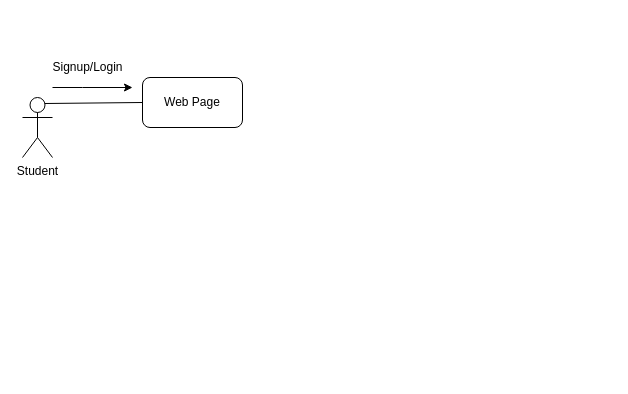
Above: Untitled Diagram.drawio in DEVPARMAR06/lucifer (draw.io), before the change. Source tidied: cells renumbered, new cells numbered last; positions are measured from the earlier drawing's top-left corner, leaving out a move shared by most shapes. Both pictures are drawn from the tidied source at 100%, with x=0, y=0 at pixel (22, 57).
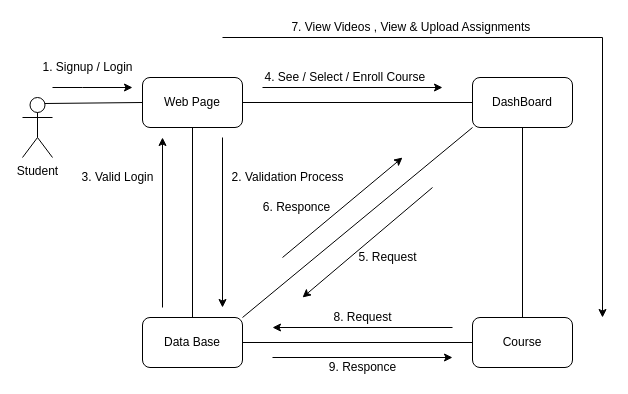
The same page after the edit.

The change refers to these unchanged cells:
```xml
<mxCell id="3" value="Web Page" style="rounded=1;whiteSpace=wrap;html=1;" parent="1" vertex="1">
  <mxGeometry x="120" y="20" width="100" height="50" as="geometry" />
</mxCell>
```

What changed in the source:
```diff
@@
-    <mxCell id="6" value="Signup/Login" style="text;html=1;align=center;verticalAlign=middle;strokeColor=none;fillColor=none;" parent="1" vertex="1">
-      <mxGeometry x="20" width="90" height="20" as="geometry" />
+    <mxCell id="6" value="1. Signup / Login" style="text;html=1;align=center;verticalAlign=middle;strokeColor=none;fillColor=none;" parent="1" vertex="1">
+      <mxGeometry x="10" width="110" height="20" as="geometry" />
     </mxCell>
+    <mxCell id="7" value="Data Base" style="rounded=1;whiteSpace=wrap;html=1;" parent="1" vertex="1">
+      <mxGeometry x="120" y="260" width="100" height="50" as="geometry" />
+    </mxCell>
+    <mxCell id="8" value="DashBoard" style="rounded=1;whiteSpace=wrap;html=1;" parent="1" vertex="1">
+      <mxGeometry x="450" y="20" width="100" height="50" as="geometry" />
+    </mxCell>
+    <mxCell id="9" style="endArrow=none;html=1;rounded=0;entryX=0.5;entryY=1;entryDx=0;entryDy=0;exitX=0.5;exitY=0;exitDx=0;exitDy=0;" parent="1" edge="1" source="7" target="3">
+      <mxGeometry relative="1" as="geometry" />
+    </mxCell>
+    <mxCell id="10" style="endArrow=none;html=1;rounded=0;exitX=1;exitY=0.5;exitDx=0;exitDy=0;entryX=0;entryY=0.5;entryDx=0;entryDy=0;" parent="1" edge="1" source="3" target="8">
+      <mxGeometry relative="1" as="geometry" />
+    </mxCell>
+    <mxCell id="11" style="endArrow=classic;html=1;rounded=0;" parent="1" edge="1">
+      <mxGeometry relative="1" as="geometry">
+        <mxPoint x="200" y="80" as="sourcePoint" />
+        <mxPoint x="200" y="250" as="targetPoint" />
+      </mxGeometry>
+    </mxCell>
+    <mxCell id="12" value="2. Validation Process" style="text;html=1;align=center;verticalAlign=middle;strokeColor=none;fillColor=none;" parent="1" vertex="1">
+      <mxGeometry x="200" y="110" width="130" height="20" as="geometry" />
+    </mxCell>
+    <mxCell id="13" style="endArrow=classic;html=1;rounded=0;" parent="1" edge="1">
+      <mxGeometry relative="1" as="geometry">
+        <mxPoint x="140" y="250" as="sourcePoint" />
+        <mxPoint x="140" y="80" as="targetPoint" />
+      </mxGeometry>
+    </mxCell>
+    <mxCell id="14" value="3. Valid Login" style="text;html=1;align=center;verticalAlign=middle;strokeColor=none;fillColor=none;" parent="1" vertex="1">
+      <mxGeometry x="50" y="110" width="90" height="20" as="geometry" />
+    </mxCell>
+    <mxCell id="15" value="4. See / Select / Enroll Course&amp;nbsp;" style="text;html=1;align=center;verticalAlign=middle;strokeColor=none;fillColor=none;" parent="1" vertex="1">
+      <mxGeometry x="234" y="10" width="180" height="20" as="geometry" />
+    </mxCell>
+    <mxCell id="16" style="endArrow=classic;html=1;rounded=0;" parent="1" edge="1">
+      <mxGeometry relative="1" as="geometry">
+        <mxPoint x="240" y="30" as="sourcePoint" />
+        <mxPoint x="420" y="30" as="targetPoint" />
+      </mxGeometry>
+    </mxCell>
+    <mxCell id="17" value="Course" style="rounded=1;whiteSpace=wrap;html=1;" parent="1" vertex="1">
+      <mxGeometry x="450" y="260" width="100" height="50" as="geometry" />
+    </mxCell>
+    <mxCell id="18" style="endArrow=none;html=1;rounded=0;exitX=1;exitY=0;exitDx=0;exitDy=0;entryX=0;entryY=1;entryDx=0;entryDy=0;" parent="1" edge="1" source="7" target="8">
+      <mxGeometry relative="1" as="geometry" />
+    </mxCell>
+    <mxCell id="19" style="endArrow=classic;html=1;rounded=0;" parent="1" edge="1">
+      <mxGeometry relative="1" as="geometry">
+        <mxPoint x="410" y="130" as="sourcePoint" />
+        <mxPoint x="280" y="240" as="targetPoint" />
+      </mxGeometry>
+    </mxCell>
+    <mxCell id="20" value="5. Request" style="text;html=1;align=center;verticalAlign=middle;strokeColor=none;fillColor=none;" parent="1" vertex="1">
+      <mxGeometry x="330" y="190" width="70" height="20" as="geometry" />
+    </mxCell>
+    <mxCell id="21" style="endArrow=classic;html=1;rounded=0;" parent="1" edge="1">
+      <mxGeometry relative="1" as="geometry">
+        <mxPoint x="260" y="200" as="sourcePoint" />
+        <mxPoint x="380" y="100" as="targetPoint" />
+      </mxGeometry>
+    </mxCell>
+    <mxCell id="22" value="6. Responce" style="text;html=1;align=center;verticalAlign=middle;strokeColor=none;fillColor=none;" parent="1" vertex="1">
+      <mxGeometry x="234" y="140" width="80" height="20" as="geometry" />
+    </mxCell>
+    <mxCell id="23" style="endArrow=classic;html=1;rounded=0;" parent="1" edge="1">
+      <mxGeometry relative="1" as="geometry">
+        <mxPoint x="200" y="-20" as="sourcePoint" />
+        <mxPoint x="580" y="260" as="targetPoint" />
+        <Array as="points">
+          <mxPoint x="580" y="-20" />
+        </Array>
+      </mxGeometry>
+    </mxCell>
+    <mxCell id="24" value="7. View Videos , View &amp;amp; Upload Assignments&amp;nbsp;" style="text;html=1;align=center;verticalAlign=middle;strokeColor=none;fillColor=none;" parent="1" vertex="1">
+      <mxGeometry x="260" y="-40" width="260" height="20" as="geometry" />
+    </mxCell>
+    <mxCell id="25" style="endArrow=none;html=1;rounded=0;entryX=0.5;entryY=1;entryDx=0;entryDy=0;exitX=0.5;exitY=0;exitDx=0;exitDy=0;" parent="1" edge="1" source="17" target="8">
+      <mxGeometry relative="1" as="geometry" />
+    </mxCell>
+    <mxCell id="26" style="endArrow=none;html=1;rounded=0;entryX=0;entryY=0.5;entryDx=0;entryDy=0;exitX=1;exitY=0.5;exitDx=0;exitDy=0;" parent="1" edge="1" source="7" target="17">
+      <mxGeometry relative="1" as="geometry" />
+    </mxCell>
+    <mxCell id="27" style="endArrow=classic;html=1;rounded=0;" parent="1" edge="1">
+      <mxGeometry relative="1" as="geometry">
+        <mxPoint x="430" y="270" as="sourcePoint" />
+        <mxPoint x="250" y="270" as="targetPoint" />
+      </mxGeometry>
+    </mxCell>
+    <mxCell id="28" style="endArrow=classic;html=1;rounded=0;" parent="1" edge="1">
+      <mxGeometry relative="1" as="geometry">
+        <mxPoint x="250" y="300" as="sourcePoint" />
+        <mxPoint x="430" y="300" as="targetPoint" />
+      </mxGeometry>
+    </mxCell>
+    <mxCell id="29" value="8. Request" style="text;html=1;align=center;verticalAlign=middle;strokeColor=none;fillColor=none;" parent="1" vertex="1">
+      <mxGeometry x="305" y="250" width="70" height="20" as="geometry" />
+    </mxCell>
+    <mxCell id="30" value="9. Responce" style="text;html=1;align=center;verticalAlign=middle;strokeColor=none;fillColor=none;" parent="1" vertex="1">
+      <mxGeometry x="300" y="300" width="80" height="20" as="geometry" />
+    </mxCell>
```
